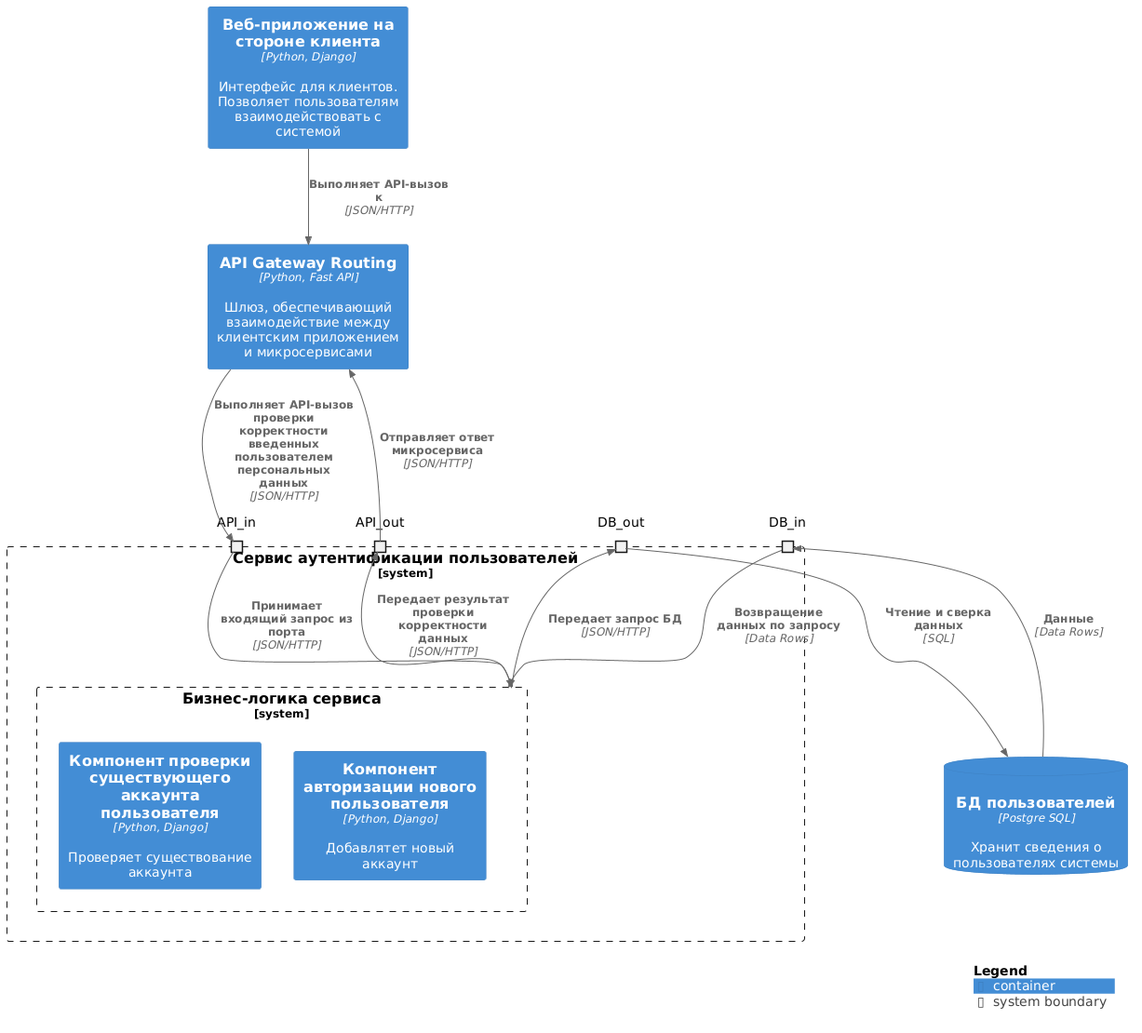
Earlier version of the PlantUML export LabWork2/Images/ДКомп 01.png (pishnik212/SoftwareArchitecture).
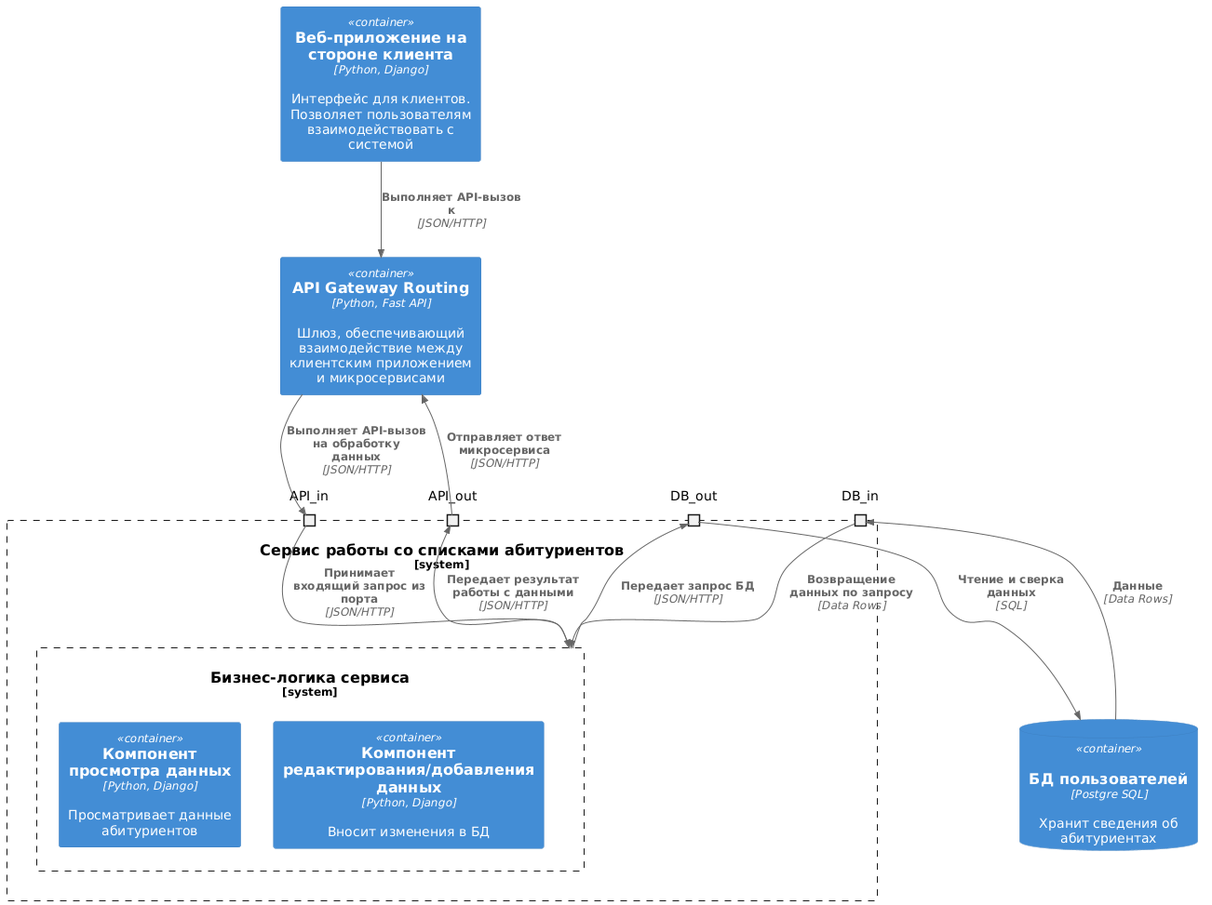
After the change.

Change to the diagram source:
```diff
@@ -9,33 +9,31 @@
 Container(clientWeb, "Веб-приложение на стороне клиента", "Python, Django", "Интерфейс для клиентов. Позволяет пользователям взаимодействовать с системой")
     Container(api, "API Gateway Routing", "Python, Fast API", "Шлюз, обеспечивающий взаимодействие между клиентским приложением и микросервисами")
 
-System_Boundary(c1, "Сервис аутентификации пользователей") {
+System_Boundary(c1, "Сервис работы со списками абитуриентов") {
     port "API_out" as api_out
 port "API_in" as api_in
 port "DB_out" as db_out
 port "DB_in" as db_in
 
 System_Boundary(bl, "Бизнес-логика сервиса") {
-    Container(msAuthentication,"Компонент проверки существующего аккаунта пользователя", "Python, Django", "Проверяет существование аккаунта")
-Container(msAuthorization,"Компонент авторизации нового пользователя", "Python, Django", "Добавлятет новый аккаунт")
+    Container(msAuthentication,"Компонент просмотра данных", "Python, Django", "Просматривает данные абитуриентов")
+Container(msAuthorization,"Компонент редактирования/добавления данных", "Python, Django", "Вносит изменения в БД")
 }
 }
 
 
-    ContainerDb(dbUser, "БД пользователей", "Postgre SQL", "Хранит сведения о пользователях системы", $sprite="msql_server")
+    ContainerDb(dbUser, "БД пользователей", "Postgre SQL", "Хранит сведения об абитуриентах", $sprite="msql_server")
 
 Rel_D(api_out , api, "Отправляет ответ микросервиса", "JSON/HTTP")
 Rel_D(clientWeb, api, "Выполняет API-вызов к", "JSON/HTTP")
 
-Rel_D(api, api_in, "Выполняет API-вызов проверки корректности введенных пользователем персональных данных", "JSON/HTTP")
+Rel_D(api, api_in, "Выполняет API-вызов на обработку данных", "JSON/HTTP")
 Rel_D(api_in, bl, "Принимает входящий запрос из порта", "JSON/HTTP")
 
-Rel_D(bl, api_out, "Передает результат проверки корректности данных", "JSON/HTTP")
+Rel_D(bl, api_out, "Передает результат работы с данными", "JSON/HTTP")
 Rel_D(bl, db_out, "Передает запрос БД", "JSON/HTTP")
 Rel_D(db_out, dbUser, "Чтение и сверка данных", "SQL")
 
 Rel_Up(dbUser, db_in, "Данные", "Data Rows")
 Rel_Up(db_in, bl, "Возвращение данных по запросу", "Data Rows")
-
-SHOW_LEGEND()
 @enduml
```
